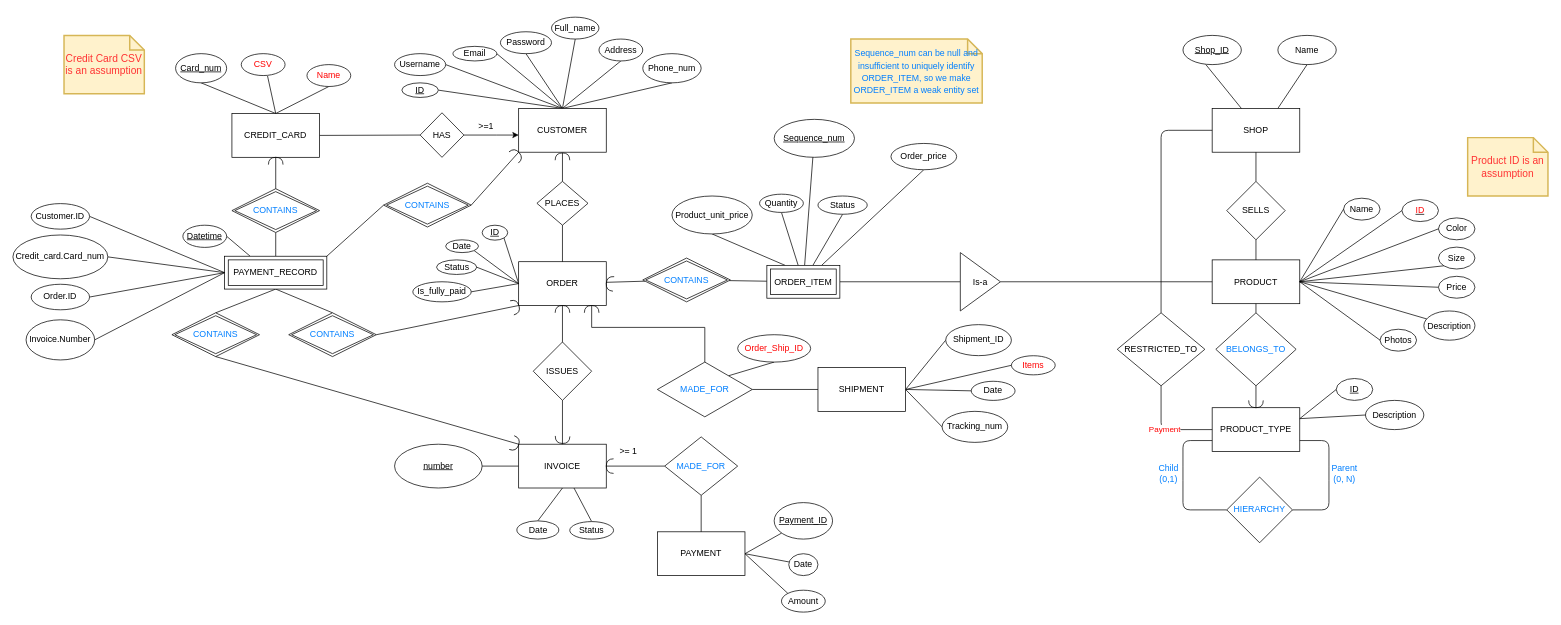
Earlier version of the draw.io diagram Lab 1/ERD_1.1.drawio (Anthony-Zou/CZ2007-INTRO-TO-DATABASE). Source tidied: cells renumbered, new cells numbered last; positions are measured from the earlier drawing's top-left corner, leaving out a move shared by most shapes. Both pictures are drawn from the tidied source at 73%, with x=0, y=0 at pixel (12, 17).
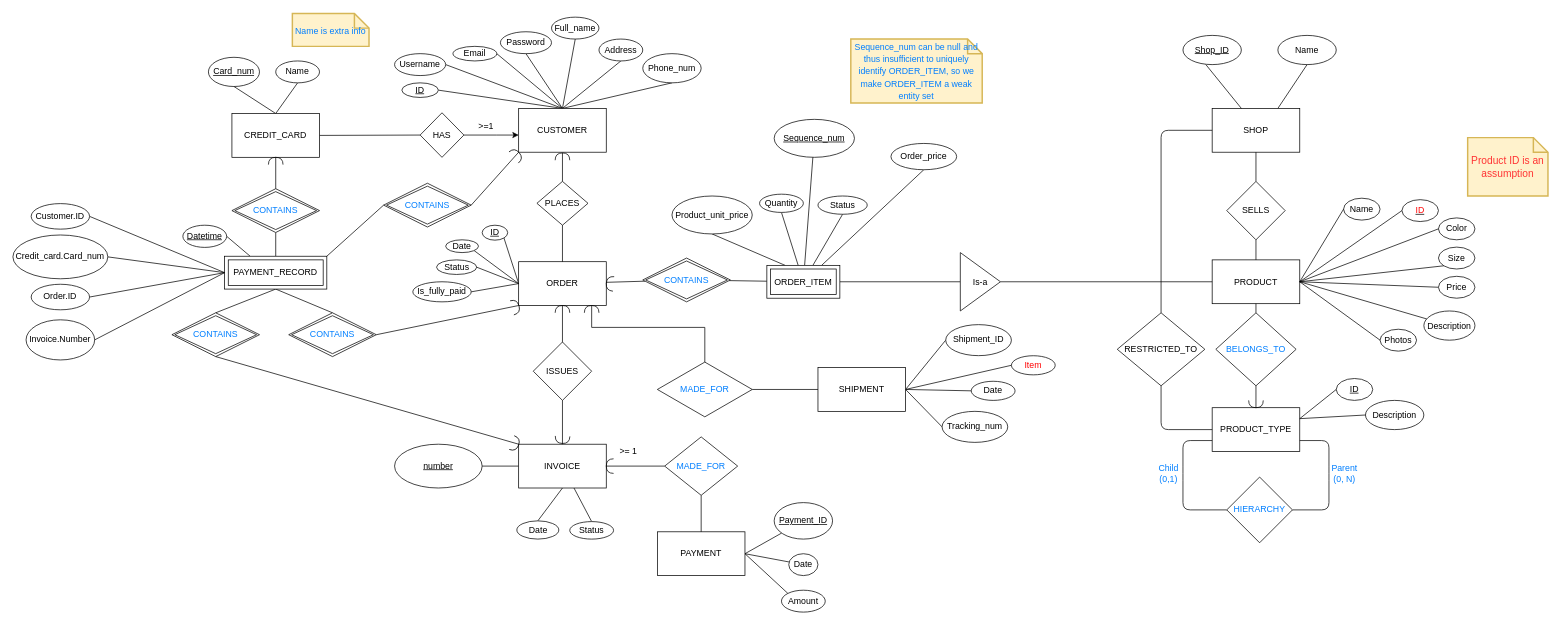
The same diagram, later.

Commit message:
removed cvv attribute

Unchanged cells that the change refers to:
```xml
<mxCell id="15" value="CREDIT_CARD" style="rounded=0;whiteSpace=wrap;html=1;" parent="1" vertex="1">
  <mxGeometry x="300.2" y="132" width="120" height="60" as="geometry" />
</mxCell>
<mxCell id="25" value="PRODUCT_TYPE" style="rounded=0;whiteSpace=wrap;html=1;" parent="1" vertex="1">
  <mxGeometry x="1643" y="535" width="120" height="60" as="geometry" />
</mxCell>
<mxCell id="31" value="RESTRICTED_TO" style="rhombus;whiteSpace=wrap;html=1;" parent="1" vertex="1">
  <mxGeometry x="1513" y="405" width="120" height="100" as="geometry" />
</mxCell>
<mxCell id="109" value="&lt;font color=&quot;#007fff&quot;&gt;MADE_FOR&lt;/font&gt;" style="rhombus;whiteSpace=wrap;html=1;rounded=0;" parent="1" vertex="1">
  <mxGeometry x="883" y="472.5" width="130" height="75" as="geometry" />
</mxCell>
```

Diff of the diagram source:
```diff
@@
-    <mxCell id="33" value="&lt;font color=&quot;#ff0000&quot;&gt;Payment&lt;/font&gt;" style="endArrow=none;html=1;entryX=0.5;entryY=1;entryDx=0;entryDy=0;exitX=0;exitY=0.5;exitDx=0;exitDy=0;" parent="1" edge="1" source="25" target="31">
+    <mxCell id="33" style="endArrow=none;html=1;entryX=0.5;entryY=1;entryDx=0;entryDy=0;exitX=0;exitY=0.5;exitDx=0;exitDy=0;" parent="1" edge="1" source="25" target="31">
       <mxGeometry relative="1" as="geometry">
         <Array as="points">
           <mxPoint x="1573" y="565" />
         </Array>
       </mxGeometry>
     </mxCell>
@@
     <mxCell id="37" value="&lt;u&gt;Card_num&lt;/u&gt;" style="ellipse;whiteSpace=wrap;html=1;" parent="1" vertex="1">
-      <mxGeometry x="223" y="50" width="70" height="40" as="geometry" />
+      <mxGeometry x="268" y="55" width="70" height="40" as="geometry" />
     </mxCell>
-    <mxCell id="38" value="&lt;font color=&quot;#ff0000&quot;&gt;Name&lt;/font&gt;" style="ellipse;whiteSpace=wrap;html=1;" parent="1" vertex="1">
-      <mxGeometry x="403" y="65" width="60" height="30" as="geometry" />
+    <mxCell id="38" value="Name" style="ellipse;whiteSpace=wrap;html=1;" parent="1" vertex="1">
+      <mxGeometry x="360.2" y="60" width="60" height="30" as="geometry" />
     </mxCell>
-    <mxCell id="39" value="&lt;font color=&quot;#ff0000&quot;&gt;CSV&lt;/font&gt;" style="ellipse;whiteSpace=wrap;html=1;" parent="1" vertex="1">
-      <mxGeometry x="313" y="50" width="60" height="30" as="geometry" />
-    </mxCell>
-    <mxCell id="40" style="endArrow=none;html=1;entryX=0.6;entryY=1.02;entryDx=0;entryDy=0;entryPerimeter=0;exitX=0.5;exitY=0;exitDx=0;exitDy=0;" parent="1" edge="1" source="15" target="39">
-      <mxGeometry relative="1" as="geometry" />
-    </mxCell>
@@
-    <mxCell id="66" value="&lt;font color=&quot;#ff3333&quot;&gt;Credit Card CSV is an assumption&lt;/font&gt;" style="shape=note;strokeWidth=2;fontSize=14;size=20;whiteSpace=wrap;html=1;fillColor=#fff2cc;strokeColor=#d6b656;fontColor=#666600;" parent="1" vertex="1">
-      <mxGeometry x="70.2" y="25" width="110" height="80" as="geometry" />
+    <mxCell id="66" value="&lt;font color=&quot;#007fff&quot; style=&quot;font-size: 12px&quot;&gt;Name is extra info&lt;/font&gt;" style="shape=note;strokeWidth=2;fontSize=14;size=20;whiteSpace=wrap;html=1;fillColor=#fff2cc;strokeColor=#d6b656;fontColor=#666600;" parent="1" vertex="1">
+      <mxGeometry x="383" y="-5" width="105" height="45" as="geometry" />
     </mxCell>
-    <mxCell id="67" value="&lt;font color=&quot;#007fff&quot; style=&quot;font-size: 12px&quot;&gt;Sequence_num can be null and insufficient to uniquely identify ORDER_ITEM, so we make ORDER_ITEM a weak entity set&lt;/font&gt;" style="shape=note;strokeWidth=2;fontSize=14;size=20;whiteSpace=wrap;html=1;fillColor=#fff2cc;strokeColor=#d6b656;fontColor=#666600;" parent="1" vertex="1">
+    <mxCell id="67" value="&lt;font color=&quot;#007fff&quot; style=&quot;font-size: 12px&quot;&gt;Sequence_num can be null and thus insufficient to uniquely identify ORDER_ITEM, so we make ORDER_ITEM a weak entity set&lt;/font&gt;" style="shape=note;strokeWidth=2;fontSize=14;size=20;whiteSpace=wrap;html=1;fillColor=#fff2cc;strokeColor=#d6b656;fontColor=#666600;" parent="1" vertex="1">
       <mxGeometry x="1148" y="30" width="180" height="87.5" as="geometry" />
     </mxCell>
@@
-    <mxCell id="108" style="edgeStyle=none;jettySize=auto;html=1;exitX=1;exitY=0;exitDx=0;exitDy=0;entryX=0.5;entryY=1;entryDx=0;entryDy=0;fontColor=#007FFF;endArrow=none;" parent="1" edge="1" source="109" target="110">
-      <mxGeometry relative="1" as="geometry" />
-    </mxCell>
@@
-    <mxCell id="110" value="&lt;font color=&quot;#ff0000&quot;&gt;Order_Ship_ID&lt;/font&gt;" style="ellipse;whiteSpace=wrap;html=1;rounded=0;" parent="1" vertex="1">
-      <mxGeometry x="993" y="435" width="100" height="37.5" as="geometry" />
-    </mxCell>
@@
-    <mxCell id="150" value="&lt;font color=&quot;#ff0000&quot;&gt;Items&lt;/font&gt;" style="ellipse;whiteSpace=wrap;html=1;rounded=0;fillColor=#FFFFFF;" parent="1" vertex="1">
+    <mxCell id="150" value="&lt;font color=&quot;#ff0000&quot;&gt;Item&lt;/font&gt;" style="ellipse;whiteSpace=wrap;html=1;rounded=0;fillColor=#FFFFFF;" parent="1" vertex="1">
       <mxGeometry x="1368" y="463.8" width="60" height="26.2" as="geometry" />
     </mxCell>
```
